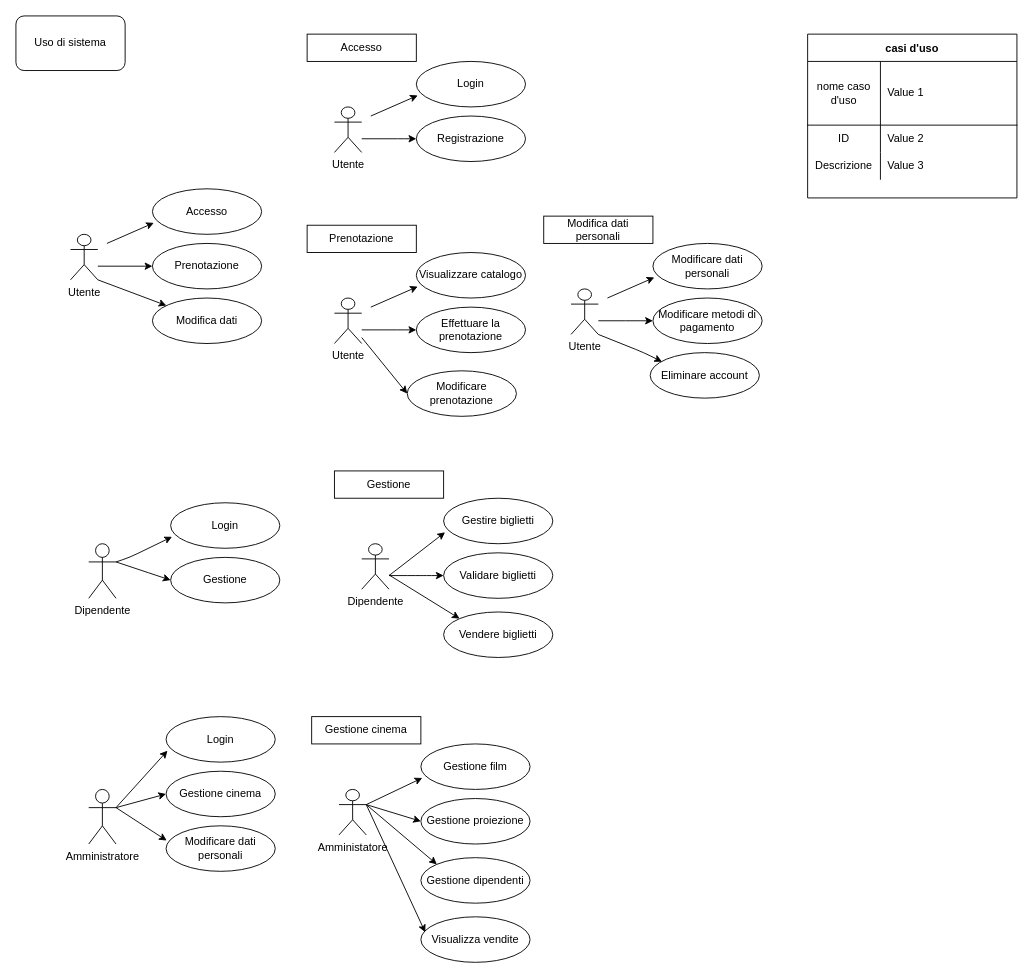
Earlier version of the draw.io diagram UML/casiD'uso.drawio (Franc3sco07/Cinema_Progetto). Source tidied: cells renumbered, new cells numbered last; positions are measured from the earlier drawing's top-left corner, leaving out a move shared by most shapes. Both pictures are drawn from the tidied source at 91%, with x=0, y=0 at pixel (15, 15).
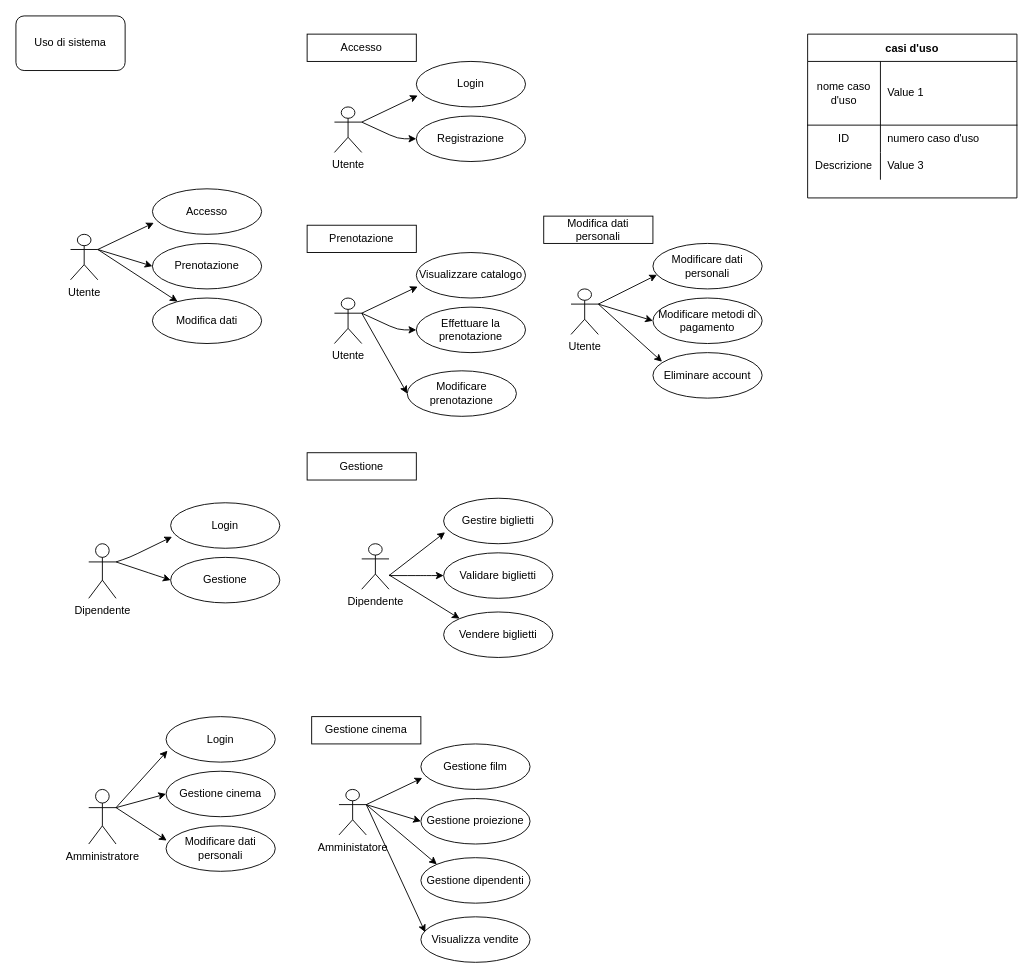
After the change.

The change refers to these unchanged cells:
```xml
<mxCell id="2" value="Utente" style="shape=umlActor;verticalLabelPosition=bottom;verticalAlign=top;html=1;outlineConnect=0;" parent="1" vertex="1">
  <mxGeometry x="60" y="240" width="30" height="50" as="geometry" />
</mxCell>
<mxCell id="4" value="Accesso" style="ellipse;whiteSpace=wrap;html=1;" parent="1" vertex="1">
  <mxGeometry x="150" y="190" width="120" height="50" as="geometry" />
</mxCell>
<mxCell id="6" value="Prenotazione" style="ellipse;whiteSpace=wrap;html=1;" parent="1" vertex="1">
  <mxGeometry x="150" y="250" width="120" height="50" as="geometry" />
</mxCell>
<mxCell id="8" value="Modifica dati" style="ellipse;whiteSpace=wrap;html=1;" parent="1" vertex="1">
  <mxGeometry x="150" y="310" width="120" height="50" as="geometry" />
</mxCell>
<mxCell id="10" value="Utente" style="shape=umlActor;verticalLabelPosition=bottom;verticalAlign=top;html=1;outlineConnect=0;" parent="1" vertex="1">
  <mxGeometry x="350" y="100" width="30" height="50" as="geometry" />
</mxCell>
<mxCell id="11" value="Login" style="ellipse;whiteSpace=wrap;html=1;" parent="1" vertex="1">
  <mxGeometry x="440" y="50" width="120" height="50" as="geometry" />
</mxCell>
<mxCell id="13" value="Registrazione" style="ellipse;whiteSpace=wrap;html=1;" parent="1" vertex="1">
  <mxGeometry x="440" y="110" width="120" height="50" as="geometry" />
</mxCell>
<mxCell id="16" value="Utente" style="shape=umlActor;verticalLabelPosition=bottom;verticalAlign=top;html=1;outlineConnect=0;" parent="1" vertex="1">
  <mxGeometry x="350" y="310" width="30" height="50" as="geometry" />
</mxCell>
<mxCell id="17" value="Visualizzare catalogo" style="ellipse;whiteSpace=wrap;html=1;" parent="1" vertex="1">
  <mxGeometry x="440" y="260" width="120" height="50" as="geometry" />
</mxCell>
<mxCell id="19" value="Effettuare la prenotazione" style="ellipse;whiteSpace=wrap;html=1;" parent="1" vertex="1">
  <mxGeometry x="440" y="320" width="120" height="50" as="geometry" />
</mxCell>
<mxCell id="22" value="Modificare prenotazione" style="ellipse;whiteSpace=wrap;html=1;" parent="1" vertex="1">
  <mxGeometry x="430" y="390" width="120" height="50" as="geometry" />
</mxCell>
<mxCell id="24" value="Utente" style="shape=umlActor;verticalLabelPosition=bottom;verticalAlign=top;html=1;outlineConnect=0;" parent="1" vertex="1">
  <mxGeometry x="610" y="300" width="30" height="50" as="geometry" />
</mxCell>
<mxCell id="25" value="Modificare dati personali" style="ellipse;whiteSpace=wrap;html=1;" parent="1" vertex="1">
  <mxGeometry x="700" y="250" width="120" height="50" as="geometry" />
</mxCell>
<mxCell id="27" value="Modificare metodi di pagamento" style="ellipse;whiteSpace=wrap;html=1;" parent="1" vertex="1">
  <mxGeometry x="700" y="310" width="120" height="50" as="geometry" />
</mxCell>
<mxCell id="66" style="shape=partialRectangle;html=1;whiteSpace=wrap;fillColor=none;top=0;left=0;bottom=0;right=0;" parent="62" vertex="1">
  <mxGeometry y="100" width="230" height="30" as="geometry" />
</mxCell>
```

What changed in the source:
```diff
@@
-    <mxCell id="5" style="endArrow=classic;html=1;entryX=0.013;entryY=0.748;entryDx=0;entryDy=0;entryPerimeter=0;" parent="1" edge="1" target="4">
-      <mxGeometry relative="1" as="geometry">
-        <mxPoint x="100" y="250" as="sourcePoint" />
-      </mxGeometry>
+    <mxCell id="5" style="endArrow=classic;html=1;entryX=0.013;entryY=0.748;entryDx=0;entryDy=0;entryPerimeter=0;exitX=1;exitY=0.3333333333333333;exitDx=0;exitDy=0;exitPerimeter=0;" parent="1" edge="1" source="2" target="4">
+      <mxGeometry relative="1" as="geometry" />
     </mxCell>
@@
-    <mxCell id="7" style="endArrow=classic;html=1;entryX=0;entryY=0.5;entryDx=0;entryDy=0;" parent="1" edge="1" target="6">
-      <mxGeometry relative="1" as="geometry">
-        <mxPoint x="90" y="275" as="sourcePoint" />
-      </mxGeometry>
+    <mxCell id="7" style="endArrow=classic;html=1;entryX=0;entryY=0.5;entryDx=0;entryDy=0;exitX=1;exitY=0.3333333333333333;exitDx=0;exitDy=0;exitPerimeter=0;" parent="1" edge="1" source="2" target="6">
+      <mxGeometry relative="1" as="geometry" />
     </mxCell>
@@
-    <mxCell id="9" style="endArrow=classic;html=1;exitX=1;exitY=1;exitDx=0;exitDy=0;exitPerimeter=0;" parent="1" edge="1" source="2" target="8">
+    <mxCell id="9" style="endArrow=classic;html=1;exitX=1;exitY=0.3333333333333333;exitDx=0;exitDy=0;exitPerimeter=0;" parent="1" edge="1" source="2" target="8">
       <mxGeometry relative="1" as="geometry" />
     </mxCell>
@@
-    <mxCell id="12" style="endArrow=classic;html=1;entryX=0.013;entryY=0.748;entryDx=0;entryDy=0;entryPerimeter=0;" parent="1" edge="1" target="11">
-      <mxGeometry relative="1" as="geometry">
-        <mxPoint x="390" y="110" as="sourcePoint" />
-      </mxGeometry>
+    <mxCell id="12" style="endArrow=classic;html=1;entryX=0.013;entryY=0.748;entryDx=0;entryDy=0;entryPerimeter=0;exitX=1;exitY=0.3333333333333333;exitDx=0;exitDy=0;exitPerimeter=0;" parent="1" edge="1" source="10" target="11">
+      <mxGeometry relative="1" as="geometry" />
     </mxCell>
@@
-    <mxCell id="14" style="endArrow=classic;html=1;entryX=0;entryY=0.5;entryDx=0;entryDy=0;" parent="1" edge="1" target="13">
+    <mxCell id="14" style="endArrow=classic;html=1;entryX=0;entryY=0.5;entryDx=0;entryDy=0;exitX=1;exitY=0.3333333333333333;exitDx=0;exitDy=0;exitPerimeter=0;" parent="1" edge="1" source="10" target="13">
       <mxGeometry relative="1" as="geometry">
-        <mxPoint x="380" y="135" as="sourcePoint" />
         <Array as="points">
           <mxPoint x="420" y="135" />
         </Array>
       </mxGeometry>
     </mxCell>
@@
-    <mxCell id="18" style="endArrow=classic;html=1;entryX=0.013;entryY=0.748;entryDx=0;entryDy=0;entryPerimeter=0;" parent="1" edge="1" target="17">
-      <mxGeometry relative="1" as="geometry">
-        <mxPoint x="390" y="320" as="sourcePoint" />
-      </mxGeometry>
+    <mxCell id="18" style="endArrow=classic;html=1;entryX=0.013;entryY=0.748;entryDx=0;entryDy=0;entryPerimeter=0;exitX=1;exitY=0.3333333333333333;exitDx=0;exitDy=0;exitPerimeter=0;" parent="1" edge="1" source="16" target="17">
+      <mxGeometry relative="1" as="geometry" />
     </mxCell>
@@
-    <mxCell id="20" style="endArrow=classic;html=1;entryX=0;entryY=0.5;entryDx=0;entryDy=0;" parent="1" edge="1" target="19">
+    <mxCell id="20" style="endArrow=classic;html=1;entryX=0;entryY=0.5;entryDx=0;entryDy=0;exitX=1;exitY=0.3333333333333333;exitDx=0;exitDy=0;exitPerimeter=0;" parent="1" edge="1" source="16" target="19">
       <mxGeometry relative="1" as="geometry">
-        <mxPoint x="380" y="345" as="sourcePoint" />
         <Array as="points">
           <mxPoint x="420" y="345" />
         </Array>
       </mxGeometry>
     </mxCell>
@@
-    <mxCell id="23" style="endArrow=classic;html=1;entryX=0;entryY=0.5;entryDx=0;entryDy=0;" parent="1" edge="1" source="16" target="22">
+    <mxCell id="23" style="endArrow=classic;html=1;entryX=0;entryY=0.5;entryDx=0;entryDy=0;exitX=1;exitY=0.3333333333333333;exitDx=0;exitDy=0;exitPerimeter=0;" parent="1" edge="1" source="16" target="22">
       <mxGeometry relative="1" as="geometry" />
     </mxCell>
@@
-    <mxCell id="26" style="endArrow=classic;html=1;entryX=0.013;entryY=0.748;entryDx=0;entryDy=0;entryPerimeter=0;" parent="1" edge="1" target="25">
-      <mxGeometry relative="1" as="geometry">
-        <mxPoint x="650" y="310" as="sourcePoint" />
-      </mxGeometry>
+    <mxCell id="26" style="endArrow=classic;html=1;entryX=0.037;entryY=0.69;entryDx=0;entryDy=0;entryPerimeter=0;exitX=1;exitY=0.3333333333333333;exitDx=0;exitDy=0;exitPerimeter=0;" parent="1" edge="1" source="24" target="25">
+      <mxGeometry relative="1" as="geometry" />
     </mxCell>
@@
-    <mxCell id="28" style="endArrow=classic;html=1;entryX=0;entryY=0.5;entryDx=0;entryDy=0;" parent="1" edge="1" target="27">
-      <mxGeometry relative="1" as="geometry">
-        <mxPoint x="640" y="335" as="sourcePoint" />
-        <Array as="points">
-          <mxPoint x="680" y="335" />
-        </Array>
-      </mxGeometry>
+    <mxCell id="28" style="endArrow=classic;html=1;entryX=0;entryY=0.5;entryDx=0;entryDy=0;exitX=1;exitY=0.3333333333333333;exitDx=0;exitDy=0;exitPerimeter=0;" parent="1" edge="1" source="24" target="27">
+      <mxGeometry relative="1" as="geometry" />
     </mxCell>
@@
     <mxCell id="30" value="Eliminare account" style="ellipse;whiteSpace=wrap;html=1;" parent="1" vertex="1">
-      <mxGeometry x="697" y="370" width="120" height="50" as="geometry" />
+      <mxGeometry x="700" y="370" width="120" height="50" as="geometry" />
     </mxCell>
-    <mxCell id="31" style="endArrow=classic;html=1;exitX=1;exitY=1;exitDx=0;exitDy=0;exitPerimeter=0;" parent="1" edge="1" source="24">
+    <mxCell id="31" style="endArrow=classic;html=1;exitX=1;exitY=0.3333333333333333;exitDx=0;exitDy=0;exitPerimeter=0;" parent="1" edge="1" source="24">
       <mxGeometry relative="1" as="geometry">
         <mxPoint x="710" y="380" as="targetPoint" />
-        <Array as="points">
-          <mxPoint x="690" y="370" />
-        </Array>
       </mxGeometry>
     </mxCell>
@@
     <mxCell id="41" value="Gestione" style="rounded=0;whiteSpace=wrap;html=1;" parent="1" vertex="1">
-      <mxGeometry x="350" y="500" width="120" height="30" as="geometry" />
+      <mxGeometry x="320" y="480" width="120" height="30" as="geometry" />
     </mxCell>
@@
-    <mxCell id="68" value="Value 2" style="shape=partialRectangle;html=1;whiteSpace=wrap;fillColor=none;top=0;left=0;bottom=0;right=0;align=left;spacingLeft=6;overflow=hidden;" parent="66" vertex="1">
+    <mxCell id="68" value="numero caso d'uso" style="shape=partialRectangle;html=1;whiteSpace=wrap;fillColor=none;top=0;left=0;bottom=0;right=0;align=left;spacingLeft=6;overflow=hidden;" parent="66" vertex="1">
       <mxGeometry x="80" width="150" height="30" as="geometry" />
     </mxCell>
```
